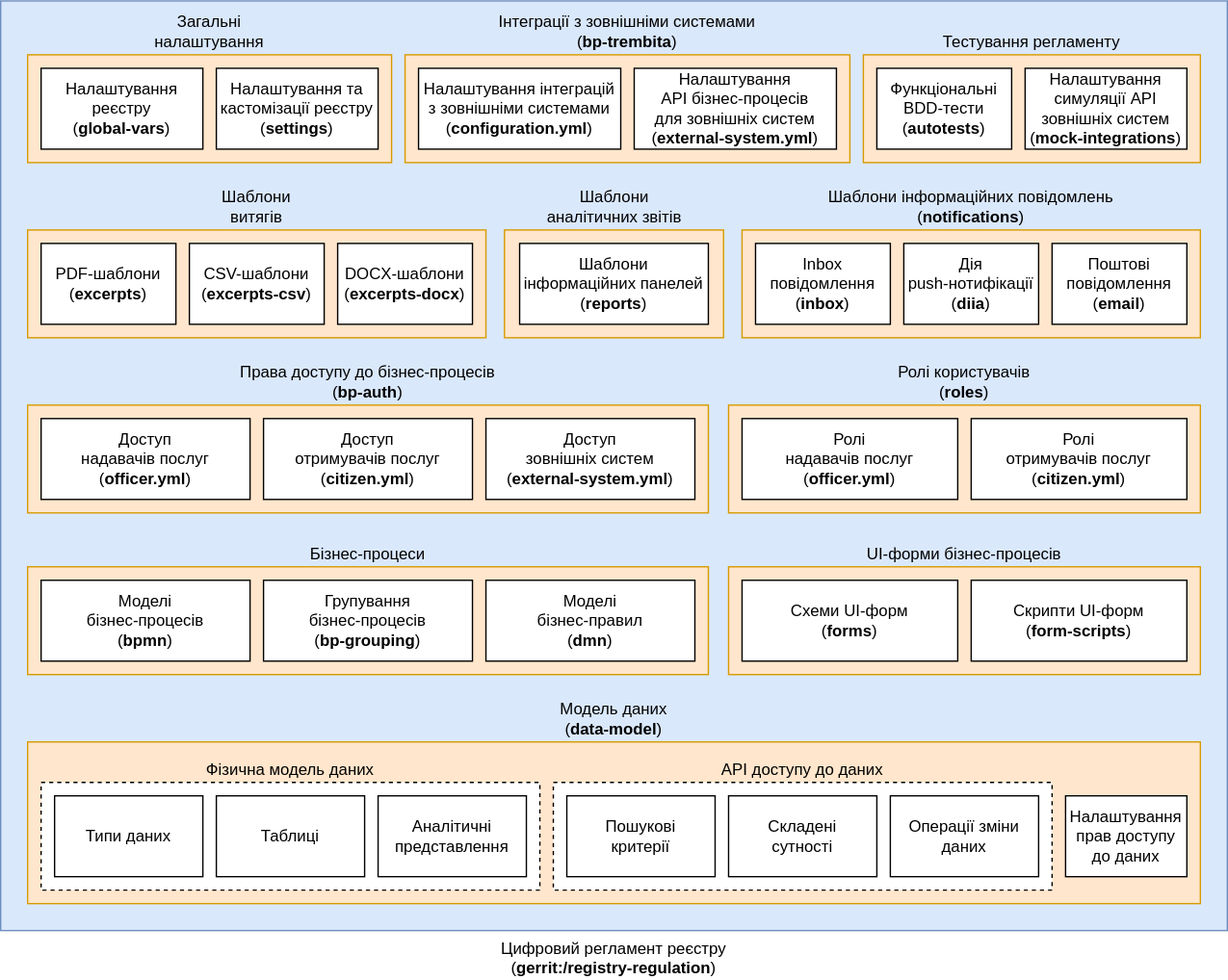
Above: docs/ua/modules/arch/images/architecture/registry/administrative/regulation-management/registry-regulation/regulation-structure.svg in epam/edp-ddm-architecture (draw.io), before the change. Source tidied: cells renumbered, new cells last; positions are measured from the earlier drawing's top-left corner, leaving out a move shared by most shapes.
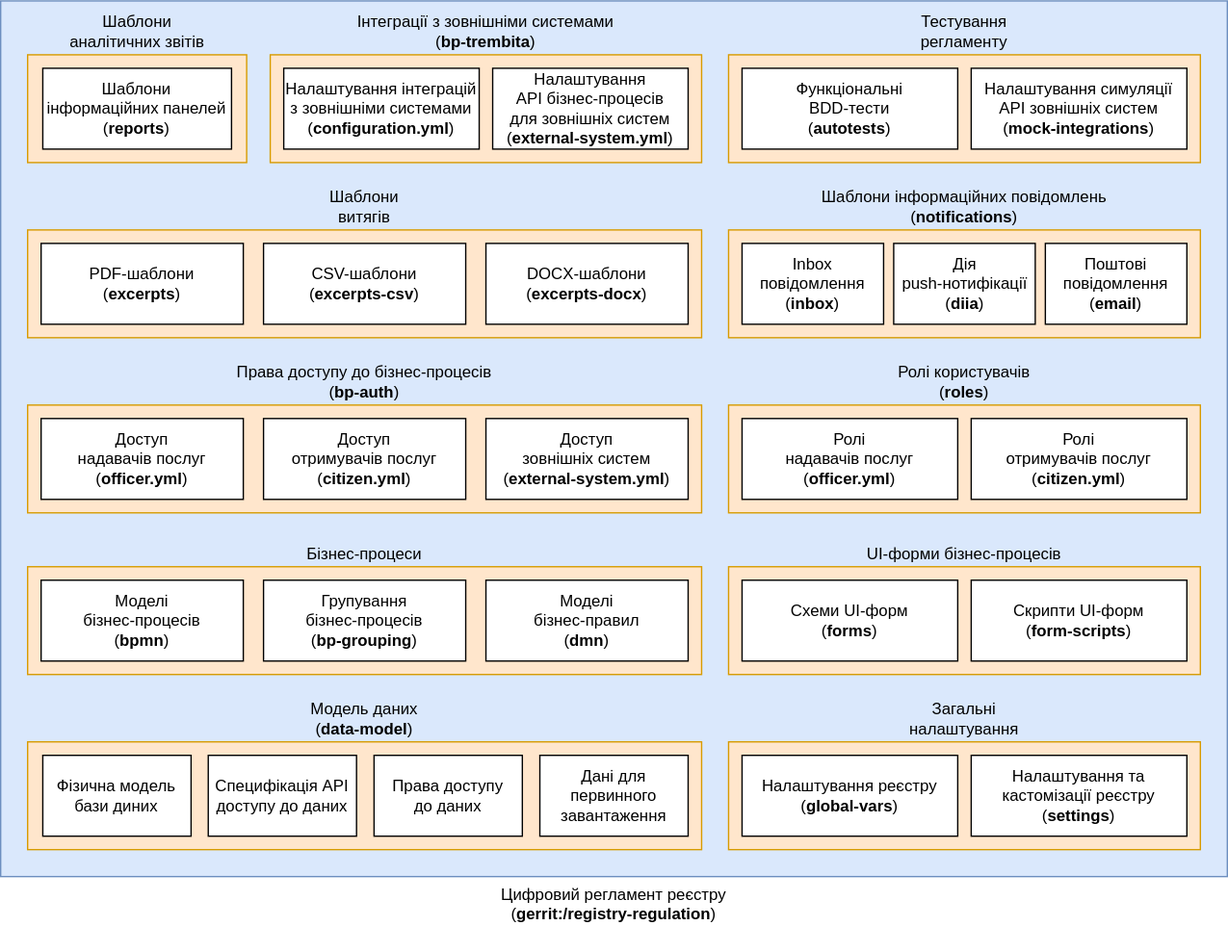
Above is the later version.

Commit message:
[EDP-DDM-22778] Registry regulation docs

Change to the diagram source:
```diff
@@ -3,79 +3,55 @@
     <mxCell id="0" />
     <mxCell id="1" parent="0" />
     <mxCell id="2" value="Цифровий регламент реєстру&lt;br&gt;(&lt;b&gt;gerrit:/registry-regulation&lt;/b&gt;)" style="rounded=0;whiteSpace=wrap;html=1;labelPosition=center;verticalLabelPosition=bottom;align=center;verticalAlign=top;fillColor=#dae8fc;strokeColor=#6c8ebf;" parent="1" vertex="1">
-      <mxGeometry width="910" height="690" as="geometry" />
+      <mxGeometry width="910" height="650" as="geometry" />
     </mxCell>
-    <mxCell id="3" value="Тестування регламенту" style="rounded=0;whiteSpace=wrap;html=1;labelPosition=center;verticalLabelPosition=top;align=center;verticalAlign=bottom;fillColor=#ffe6cc;strokeColor=#d79b00;" parent="1" vertex="1">
-      <mxGeometry x="640" y="40" width="250" height="80" as="geometry" />
+    <mxCell id="3" value="Тестування &lt;br&gt;регламенту" style="rounded=0;whiteSpace=wrap;html=1;labelPosition=center;verticalLabelPosition=top;align=center;verticalAlign=bottom;fillColor=#ffe6cc;strokeColor=#d79b00;" parent="1" vertex="1">
+      <mxGeometry x="540" y="40" width="350" height="80" as="geometry" />
     </mxCell>
     <mxCell id="4" value="Загальні &lt;br&gt;налаштування" style="rounded=0;whiteSpace=wrap;html=1;labelPosition=center;verticalLabelPosition=top;align=center;verticalAlign=bottom;fillColor=#ffe6cc;strokeColor=#d79b00;" parent="1" vertex="1">
-      <mxGeometry x="20" y="40" width="270" height="80" as="geometry" />
+      <mxGeometry x="540" y="550" width="350" height="80" as="geometry" />
     </mxCell>
     <mxCell id="5" value="Бізнес-процеси" style="rounded=0;whiteSpace=wrap;html=1;labelPosition=center;verticalLabelPosition=top;align=center;verticalAlign=bottom;fillColor=#ffe6cc;strokeColor=#d79b00;" parent="1" vertex="1">
-      <mxGeometry x="20" y="420" width="505" height="80" as="geometry" />
+      <mxGeometry x="20" y="420" width="500" height="80" as="geometry" />
     </mxCell>
     <mxCell id="6" value="Права доступу до бізнес-процесів&lt;br&gt;(&lt;b&gt;bp-auth&lt;/b&gt;)" style="rounded=0;whiteSpace=wrap;html=1;labelPosition=center;verticalLabelPosition=top;align=center;verticalAlign=bottom;fillColor=#ffe6cc;strokeColor=#d79b00;" parent="1" vertex="1">
-      <mxGeometry x="20" y="300" width="505" height="80" as="geometry" />
+      <mxGeometry x="20" y="300" width="500" height="80" as="geometry" />
     </mxCell>
     <mxCell id="7" value="Моделі &lt;br&gt;бізнес-правил&lt;br&gt;(&lt;b&gt;dmn&lt;/b&gt;)" style="rounded=0;whiteSpace=wrap;html=1;" parent="1" vertex="1">
-      <mxGeometry x="360" y="430" width="155" height="60" as="geometry" />
+      <mxGeometry x="360" y="430" width="150" height="60" as="geometry" />
     </mxCell>
     <mxCell id="8" value="Налаштування реєстру&lt;br&gt;(&lt;b&gt;global-vars&lt;/b&gt;)" style="rounded=0;whiteSpace=wrap;html=1;" parent="1" vertex="1">
-      <mxGeometry x="30" y="50" width="120" height="60" as="geometry" />
+      <mxGeometry x="550" y="560" width="160" height="60" as="geometry" />
     </mxCell>
     <mxCell id="9" value="Налаштування та кастомізації реєстру&lt;br&gt;(&lt;b&gt;settings&lt;/b&gt;)" style="rounded=0;whiteSpace=wrap;html=1;" parent="1" vertex="1">
-      <mxGeometry x="160" y="50" width="120" height="60" as="geometry" />
+      <mxGeometry x="720" y="560" width="160" height="60" as="geometry" />
     </mxCell>
     <mxCell id="10" value="Доступ &lt;br&gt;надавачів послуг&lt;br&gt;(&lt;b&gt;officer.yml&lt;/b&gt;)" style="rounded=0;whiteSpace=wrap;html=1;" parent="1" vertex="1">
-      <mxGeometry x="30" y="310" width="155" height="60" as="geometry" />
+      <mxGeometry x="30" y="310" width="150" height="60" as="geometry" />
     </mxCell>
     <mxCell id="11" value="Доступ &lt;br&gt;отримувачів послуг&lt;br&gt;(&lt;b&gt;citizen.yml&lt;/b&gt;)" style="rounded=0;whiteSpace=wrap;html=1;" parent="1" vertex="1">
-      <mxGeometry x="195" y="310" width="155" height="60" as="geometry" />
+      <mxGeometry x="195" y="310" width="150" height="60" as="geometry" />
     </mxCell>
     <mxCell id="12" value="Доступ &lt;br&gt;зовнішніх систем&lt;br&gt;(&lt;b&gt;external-system.yml&lt;/b&gt;)" style="rounded=0;whiteSpace=wrap;html=1;" parent="1" vertex="1">
-      <mxGeometry x="360" y="310" width="155" height="60" as="geometry" />
+      <mxGeometry x="360" y="310" width="150" height="60" as="geometry" />
     </mxCell>
     <mxCell id="13" value="Модель даних&lt;br&gt;(&lt;b&gt;data-model&lt;/b&gt;)" style="rounded=0;whiteSpace=wrap;html=1;labelPosition=center;verticalLabelPosition=top;align=center;verticalAlign=bottom;fillColor=#ffe6cc;strokeColor=#d79b00;" parent="1" vertex="1">
-      <mxGeometry x="20" y="550" width="870" height="120" as="geometry" />
+      <mxGeometry x="20" y="550" width="500" height="80" as="geometry" />
     </mxCell>
-    <mxCell id="14" value="Фізична модель даних" style="rounded=0;whiteSpace=wrap;html=1;dashed=1;labelPosition=center;verticalLabelPosition=top;align=center;verticalAlign=bottom;" parent="1" vertex="1">
-      <mxGeometry x="30" y="580" width="370" height="80" as="geometry" />
-    </mxCell>
-    <mxCell id="15" value="Типи даних" style="rounded=0;whiteSpace=wrap;html=1;" parent="1" vertex="1">
-      <mxGeometry x="40" y="590" width="110" height="60" as="geometry" />
+    <mxCell id="15" value="Фізична модель бази диних" style="rounded=0;whiteSpace=wrap;html=1;" parent="1" vertex="1">
+      <mxGeometry x="31.2" y="560" width="110" height="60" as="geometry" />
     </mxCell>
-    <mxCell id="16" value="Таблиці" style="rounded=0;whiteSpace=wrap;html=1;" parent="1" vertex="1">
-      <mxGeometry x="160" y="590" width="110" height="60" as="geometry" />
-    </mxCell>
-    <mxCell id="17" value="Аналітичні представлення" style="rounded=0;whiteSpace=wrap;html=1;" parent="1" vertex="1">
-      <mxGeometry x="280" y="590" width="110" height="60" as="geometry" />
-    </mxCell>
-    <mxCell id="18" value="API доступу до даних" style="rounded=0;whiteSpace=wrap;html=1;dashed=1;labelPosition=center;verticalLabelPosition=top;align=center;verticalAlign=bottom;" parent="1" vertex="1">
-      <mxGeometry x="410" y="580" width="370" height="80" as="geometry" />
-    </mxCell>
-    <mxCell id="19" value="Пошукові &lt;br&gt;критерії" style="rounded=0;whiteSpace=wrap;html=1;" parent="1" vertex="1">
-      <mxGeometry x="420" y="590" width="110" height="60" as="geometry" />
-    </mxCell>
-    <mxCell id="20" value="Операції зміни даних" style="rounded=0;whiteSpace=wrap;html=1;" parent="1" vertex="1">
-      <mxGeometry x="660" y="590" width="110" height="60" as="geometry" />
-    </mxCell>
-    <mxCell id="21" value="Складені &lt;br&gt;сутності" style="rounded=0;whiteSpace=wrap;html=1;" parent="1" vertex="1">
-      <mxGeometry x="540" y="590" width="110" height="60" as="geometry" />
-    </mxCell>
-    <mxCell id="22" value="Налаштування &lt;br&gt;прав доступу &lt;br&gt;до даних" style="rounded=0;whiteSpace=wrap;html=1;" parent="1" vertex="1">
-      <mxGeometry x="790" y="590" width="90" height="60" as="geometry" />
-    </mxCell>
     <mxCell id="23" value="Шаблони &lt;br&gt;витягів" style="rounded=0;whiteSpace=wrap;html=1;labelPosition=center;verticalLabelPosition=top;align=center;verticalAlign=bottom;fillColor=#ffe6cc;strokeColor=#d79b00;" parent="1" vertex="1">
-      <mxGeometry x="20" y="170" width="340" height="80" as="geometry" />
+      <mxGeometry x="20" y="170" width="500" height="80" as="geometry" />
     </mxCell>
     <mxCell id="24" value="PDF-шаблони&lt;br style=&quot;border-color: var(--border-color);&quot;&gt;(&lt;b style=&quot;border-color: var(--border-color);&quot;&gt;excerpts&lt;/b&gt;)" style="rounded=0;whiteSpace=wrap;html=1;" parent="1" vertex="1">
-      <mxGeometry x="30" y="180" width="100" height="60" as="geometry" />
+      <mxGeometry x="30" y="180" width="150" height="60" as="geometry" />
     </mxCell>
     <mxCell id="25" value="CSV-шаблони&lt;br style=&quot;border-color: var(--border-color);&quot;&gt;(&lt;b style=&quot;border-color: var(--border-color);&quot;&gt;excerpts-csv&lt;/b&gt;)" style="rounded=0;whiteSpace=wrap;html=1;" parent="1" vertex="1">
-      <mxGeometry x="140" y="180" width="100" height="60" as="geometry" />
+      <mxGeometry x="195" y="180" width="150" height="60" as="geometry" />
     </mxCell>
     <mxCell id="26" value="DOCX-шаблони&lt;br style=&quot;border-color: var(--border-color);&quot;&gt;(&lt;b style=&quot;border-color: var(--border-color);&quot;&gt;excerpts-docx&lt;/b&gt;)" style="rounded=0;whiteSpace=wrap;html=1;" parent="1" vertex="1">
-      <mxGeometry x="250" y="180" width="100" height="60" as="geometry" />
+      <mxGeometry x="360" y="180" width="150" height="60" as="geometry" />
     </mxCell>
     <mxCell id="27" value="UI-форми бізнес-процесів" style="rounded=0;whiteSpace=wrap;html=1;labelPosition=center;verticalLabelPosition=top;align=center;verticalAlign=bottom;fillColor=#ffe6cc;strokeColor=#d79b00;" parent="1" vertex="1">
       <mxGeometry x="540" y="420" width="350" height="80" as="geometry" />
@@ -87,43 +63,43 @@
       <mxGeometry x="720" y="430" width="160" height="60" as="geometry" />
     </mxCell>
     <mxCell id="30" value="Шаблони інформаційних повідомлень&lt;br style=&quot;border-color: var(--border-color);&quot;&gt;(&lt;b style=&quot;border-color: var(--border-color);&quot;&gt;notifications&lt;/b&gt;)" style="rounded=0;whiteSpace=wrap;html=1;labelPosition=center;verticalLabelPosition=top;align=center;verticalAlign=bottom;fillColor=#ffe6cc;strokeColor=#d79b00;" parent="1" vertex="1">
-      <mxGeometry x="550" y="170" width="340" height="80" as="geometry" />
+      <mxGeometry x="540" y="170" width="350" height="80" as="geometry" />
     </mxCell>
     <mxCell id="31" value="Inbox&lt;br style=&quot;border-color: var(--border-color);&quot;&gt;повідомлення&lt;br&gt;(&lt;b&gt;inbox&lt;/b&gt;)" style="rounded=0;whiteSpace=wrap;html=1;" parent="1" vertex="1">
-      <mxGeometry x="560" y="180" width="100" height="60" as="geometry" />
+      <mxGeometry x="550" y="180" width="105" height="60" as="geometry" />
     </mxCell>
     <mxCell id="32" value="Дія &lt;br&gt;push-нотифікації&lt;br&gt;(&lt;b&gt;diia&lt;/b&gt;)" style="rounded=0;whiteSpace=wrap;html=1;" parent="1" vertex="1">
-      <mxGeometry x="670" y="180" width="100" height="60" as="geometry" />
+      <mxGeometry x="662.5" y="180" width="105" height="60" as="geometry" />
     </mxCell>
     <mxCell id="33" value="Поштові повідомлення&lt;br&gt;(&lt;b&gt;email&lt;/b&gt;)" style="rounded=0;whiteSpace=wrap;html=1;" parent="1" vertex="1">
-      <mxGeometry x="780" y="180" width="100" height="60" as="geometry" />
+      <mxGeometry x="775" y="180" width="105" height="60" as="geometry" />
     </mxCell>
     <mxCell id="34" value="Групування&lt;br&gt;бізнес-процесів&lt;br&gt;(&lt;b style=&quot;border-color: var(--border-color);&quot;&gt;bp-grouping&lt;/b&gt;)" style="rounded=0;whiteSpace=wrap;html=1;" parent="1" vertex="1">
-      <mxGeometry x="195" y="430" width="155" height="60" as="geometry" />
+      <mxGeometry x="195" y="430" width="150" height="60" as="geometry" />
     </mxCell>
     <mxCell id="35" value="Моделі &lt;br&gt;бізнес-процесів&lt;br&gt;(&lt;b&gt;bpmn&lt;/b&gt;)" style="rounded=0;whiteSpace=wrap;html=1;" parent="1" vertex="1">
-      <mxGeometry x="30" y="430" width="155" height="60" as="geometry" />
+      <mxGeometry x="30" y="430" width="150" height="60" as="geometry" />
     </mxCell>
     <mxCell id="36" value="Налаштування симуляції API зовнішніх систем&lt;br style=&quot;border-color: var(--border-color);&quot;&gt;(&lt;b style=&quot;border-color: var(--border-color);&quot;&gt;mock-integrations&lt;/b&gt;)" style="rounded=0;whiteSpace=wrap;html=1;" parent="1" vertex="1">
-      <mxGeometry x="760" y="50" width="120" height="60" as="geometry" />
+      <mxGeometry x="720" y="50" width="160" height="60" as="geometry" />
     </mxCell>
     <mxCell id="37" value="Інтеграції з зовнішніми системами&lt;br style=&quot;border-color: var(--border-color);&quot;&gt;(&lt;b style=&quot;border-color: var(--border-color);&quot;&gt;bp-trembita&lt;/b&gt;)" style="rounded=0;whiteSpace=wrap;html=1;labelPosition=center;verticalLabelPosition=top;align=center;verticalAlign=bottom;fillColor=#ffe6cc;strokeColor=#d79b00;" parent="1" vertex="1">
-      <mxGeometry x="300" y="40" width="330" height="80" as="geometry" />
+      <mxGeometry x="200" y="40" width="320" height="80" as="geometry" />
     </mxCell>
     <mxCell id="38" value="Налаштування інтеграцій з зовнішніми системами&lt;br&gt;(&lt;b&gt;configuration.yml&lt;/b&gt;)" style="rounded=0;whiteSpace=wrap;html=1;" parent="1" vertex="1">
-      <mxGeometry x="310" y="50" width="150" height="60" as="geometry" />
+      <mxGeometry x="210" y="50" width="145" height="60" as="geometry" />
     </mxCell>
     <mxCell id="39" value="Налаштування &lt;br&gt;API бізнес-процесів&lt;br&gt;для зовнішніх систем&lt;br&gt;(&lt;b&gt;external-system.yml&lt;/b&gt;)" style="rounded=0;whiteSpace=wrap;html=1;" parent="1" vertex="1">
-      <mxGeometry x="470" y="50" width="150" height="60" as="geometry" />
+      <mxGeometry x="365" y="50" width="145" height="60" as="geometry" />
     </mxCell>
     <mxCell id="40" value="Функціональні &lt;br&gt;BDD-тести&lt;br style=&quot;border-color: var(--border-color);&quot;&gt;(&lt;b style=&quot;border-color: var(--border-color);&quot;&gt;autotests&lt;/b&gt;)" style="rounded=0;whiteSpace=wrap;html=1;" parent="1" vertex="1">
-      <mxGeometry x="650" y="50" width="100" height="60" as="geometry" />
+      <mxGeometry x="550" y="50" width="160" height="60" as="geometry" />
     </mxCell>
     <mxCell id="41" value="Шаблони &lt;br&gt;аналітичних звітів" style="rounded=0;whiteSpace=wrap;html=1;labelPosition=center;verticalLabelPosition=top;align=center;verticalAlign=bottom;fillColor=#ffe6cc;strokeColor=#d79b00;" parent="1" vertex="1">
-      <mxGeometry x="373.8" y="170" width="162.5" height="80" as="geometry" />
+      <mxGeometry x="20" y="40" width="162.5" height="80" as="geometry" />
     </mxCell>
     <mxCell id="42" value="Шаблони &lt;br&gt;інформаційних панелей&lt;br&gt;(&lt;b&gt;reports&lt;/b&gt;)" style="rounded=0;whiteSpace=wrap;html=1;" parent="1" vertex="1">
-      <mxGeometry x="385" y="180" width="140" height="60" as="geometry" />
+      <mxGeometry x="31.2" y="50" width="140" height="60" as="geometry" />
     </mxCell>
     <mxCell id="43" value="Ролі користувачів&lt;br&gt;(&lt;b&gt;roles&lt;/b&gt;)" style="rounded=0;whiteSpace=wrap;html=1;labelPosition=center;verticalLabelPosition=top;align=center;verticalAlign=bottom;fillColor=#ffe6cc;strokeColor=#d79b00;horizontal=1;spacingTop=0;" parent="1" vertex="1">
       <mxGeometry x="540" y="300" width="350" height="80" as="geometry" />
@@ -134,5 +110,14 @@
     <mxCell id="45" value="Ролі&lt;br&gt;отримувачів послуг&lt;br&gt;(&lt;b&gt;citizen.yml&lt;/b&gt;)" style="rounded=0;whiteSpace=wrap;html=1;" parent="1" vertex="1">
       <mxGeometry x="720" y="310" width="160" height="60" as="geometry" />
     </mxCell>
+    <mxCell id="46" value="Специфікація API доступу до даних" style="rounded=0;whiteSpace=wrap;html=1;" parent="1" vertex="1">
+      <mxGeometry x="154" y="560" width="110" height="60" as="geometry" />
+    </mxCell>
+    <mxCell id="47" value="Права доступу&lt;br style=&quot;border-color: var(--border-color);&quot;&gt;до даних" style="rounded=0;whiteSpace=wrap;html=1;" parent="1" vertex="1">
+      <mxGeometry x="277" y="560" width="110" height="60" as="geometry" />
+    </mxCell>
+    <mxCell id="48" value="Дані для первинного завантаження" style="rounded=0;whiteSpace=wrap;html=1;" parent="1" vertex="1">
+      <mxGeometry x="400" y="560" width="110" height="60" as="geometry" />
+    </mxCell>
   </root>
 </mxGraphModel>
```
